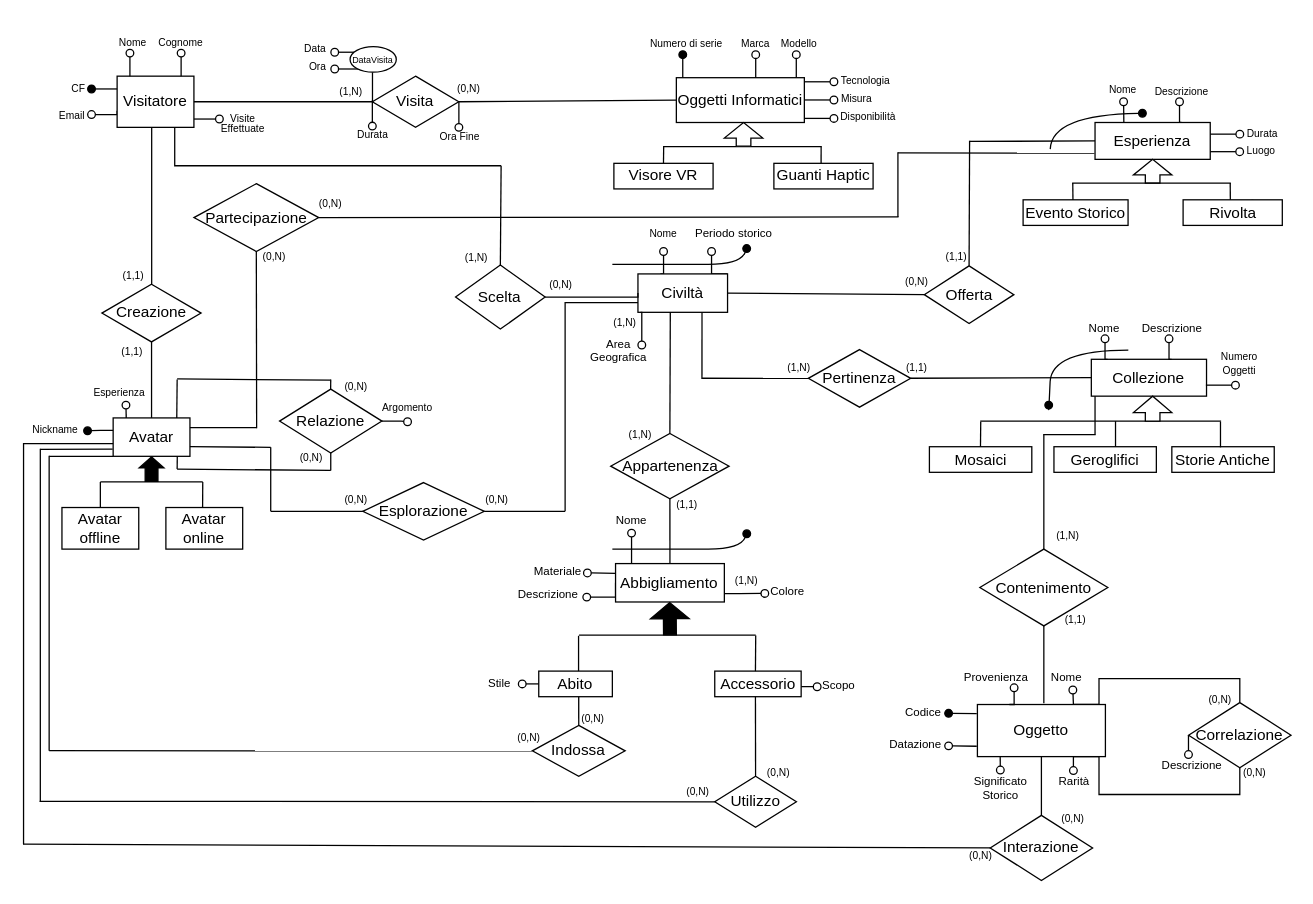
This is ER senza reificazioni.drawio from pnocerino/BasiDiDati, a draw.io file, before an edit. Source tidied: cells renumbered, new cells numbered last; positions are measured from the earlier drawing's top-left corner, leaving out a move shared by most shapes. Both pictures are drawn from the tidied source at 128%, with x=0, y=0 at pixel (22, 22).
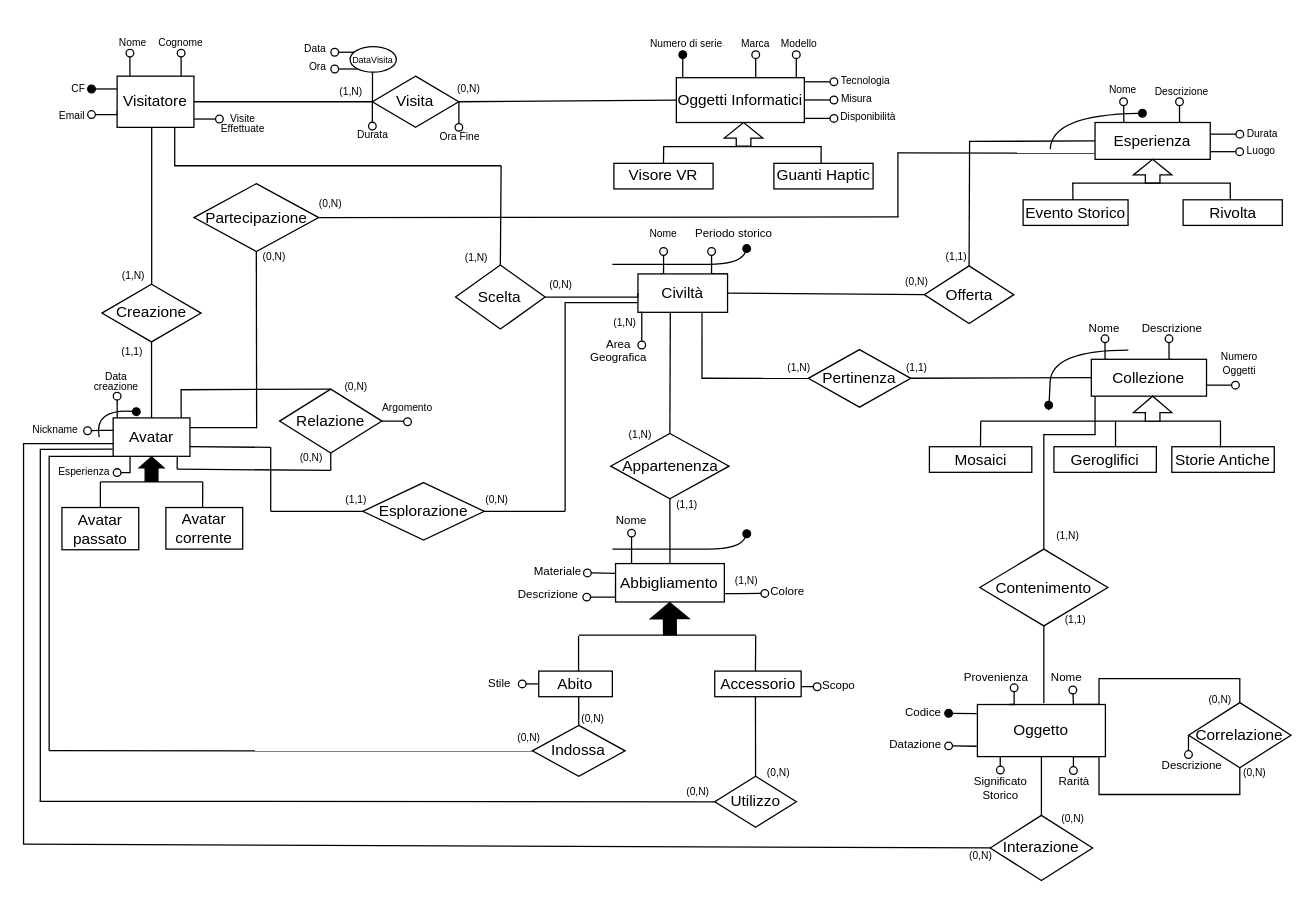
The same page after the edit.

The change refers to these unchanged cells:
```xml
<mxCell id="17" value="Avatar" style="whiteSpace=wrap;html=1;align=center;" parent="1" vertex="1">
  <mxGeometry x="70.9" y="309" width="60" height="30" as="geometry" />
</mxCell>
<mxCell id="25" value="Relazione" style="shape=rhombus;perimeter=rhombusPerimeter;whiteSpace=wrap;html=1;align=center;" parent="1" vertex="1">
  <mxGeometry x="200.9" y="286.5" width="80" height="50" as="geometry" />
</mxCell>
```

Diff of the diagram source:
```diff
@@
     <mxCell id="35" value="&lt;font style=&quot;font-size: 8px;&quot;&gt;Esperienza&lt;/font&gt;" style="text;html=1;align=center;verticalAlign=middle;whiteSpace=wrap;rounded=1;strokeColor=none;" parent="1" vertex="1">
-      <mxGeometry x="55.9" y="276" width="40" height="23" as="geometry" />
+      <mxGeometry x="24" y="338" width="49" height="23" as="geometry" />
     </mxCell>
@@
-    <mxCell id="64" value="&lt;font style=&quot;font-size: 8px;&quot;&gt;(0,N)&lt;/font&gt;" style="text;html=1;align=center;verticalAlign=middle;whiteSpace=wrap;rounded=1;strokeColor=none;glass=0;" parent="1" vertex="1">
+    <mxCell id="64" value="&lt;font style=&quot;font-size: 8px;&quot;&gt;(1,1)&lt;/font&gt;" style="text;html=1;align=center;verticalAlign=middle;whiteSpace=wrap;rounded=1;strokeColor=none;glass=0;" parent="1" vertex="1">
       <mxGeometry x="235.9" y="364" width="50" height="15" as="geometry" />
     </mxCell>
-    <mxCell id="65" value="&lt;font style=&quot;font-size: 8px;&quot;&gt;(1,1)&lt;/font&gt;" style="text;html=1;align=center;verticalAlign=middle;whiteSpace=wrap;rounded=1;strokeColor=none;glass=0;" parent="1" vertex="1">
+    <mxCell id="65" value="&lt;font style=&quot;font-size: 8px;&quot;&gt;(1,N)&lt;/font&gt;" style="text;html=1;align=center;verticalAlign=middle;whiteSpace=wrap;rounded=1;strokeColor=none;glass=0;" parent="1" vertex="1">
       <mxGeometry x="62.1" y="189.6" width="50" height="15" as="geometry" />
     </mxCell>
@@
-    <mxCell id="88" value="Avatar&lt;div&gt;online&lt;/div&gt;" style="whiteSpace=wrap;html=1;align=center;" parent="1" vertex="1">
+    <mxCell id="88" value="Avatar&lt;div&gt;corrente&lt;/div&gt;" style="whiteSpace=wrap;html=1;align=center;" parent="1" vertex="1">
       <mxGeometry x="112.1" y="379" width="60" height="32.5" as="geometry" />
     </mxCell>
-    <mxCell id="89" value="Avatar&lt;div&gt;offline&lt;/div&gt;" style="whiteSpace=wrap;html=1;align=center;" parent="1" vertex="1">
-      <mxGeometry x="30.9" y="379" width="60" height="32.5" as="geometry" />
+    <mxCell id="89" value="Avatar&lt;div&gt;passato&lt;/div&gt;" style="whiteSpace=wrap;html=1;align=center;" parent="1" vertex="1">
+      <mxGeometry x="30.9" y="379" width="60" height="33" as="geometry" />
     </mxCell>
@@
-    <mxCell id="91" style="edgeStyle=orthogonalEdgeStyle;rounded=0;orthogonalLoop=1;jettySize=auto;html=1;exitX=0;exitY=0.25;exitDx=0;exitDy=0;endArrow=oval;endFill=1;" parent="1" edge="1">
+    <mxCell id="91" style="edgeStyle=orthogonalEdgeStyle;rounded=0;orthogonalLoop=1;jettySize=auto;html=1;exitX=0;exitY=0.25;exitDx=0;exitDy=0;endArrow=oval;endFill=0;" parent="1" edge="1">
       <mxGeometry relative="1" as="geometry">
         <mxPoint x="70.9" y="318.8" as="sourcePoint" />
         <mxPoint x="50.9" y="319" as="targetPoint" />
         <Array as="points">
           <mxPoint x="60.9" y="319" />
         </Array>
       </mxGeometry>
     </mxCell>
@@
     <mxCell id="93" style="edgeStyle=orthogonalEdgeStyle;rounded=0;orthogonalLoop=1;jettySize=auto;html=1;exitX=0;exitY=0.5;exitDx=0;exitDy=0;endArrow=oval;endFill=0;" parent="1" edge="1">
       <mxGeometry relative="1" as="geometry">
-        <mxPoint x="81.1" y="306.1" as="sourcePoint" />
-        <mxPoint x="80.9" y="299" as="targetPoint" />
+        <mxPoint x="74.1" y="309" as="sourcePoint" />
+        <mxPoint x="74" y="292" as="targetPoint" />
         <Array as="points">
-          <mxPoint x="81.1" y="309" />
+          <mxPoint x="74.1" y="309" />
         </Array>
       </mxGeometry>
     </mxCell>
@@
-    <mxCell id="96" style="endArrow=none;html=1;rounded=0;" parent="1" edge="1">
-      <mxGeometry relative="1" as="geometry">
-        <mxPoint x="120.6" y="309" as="sourcePoint" />
-        <mxPoint x="120.9" y="279" as="targetPoint" />
-      </mxGeometry>
-    </mxCell>
@@
-    <mxCell id="99" style="endArrow=none;html=1;rounded=0;" parent="1" edge="1">
-      <mxGeometry relative="1" as="geometry">
-        <mxPoint x="120.9" y="278.5" as="sourcePoint" />
-        <mxPoint x="240.9" y="279.5" as="targetPoint" />
-      </mxGeometry>
-    </mxCell>
@@
-    <mxCell id="102" style="endArrow=none;html=1;rounded=0;" parent="1" edge="1">
-      <mxGeometry relative="1" as="geometry">
-        <mxPoint x="240.8" y="287" as="sourcePoint" />
-        <mxPoint x="240.9" y="279" as="targetPoint" />
-      </mxGeometry>
-    </mxCell>
@@
+    <mxCell id="227" style="edgeStyle=orthogonalEdgeStyle;rounded=0;orthogonalLoop=1;jettySize=auto;html=1;exitX=0.053;exitY=1.011;exitDx=0;exitDy=0;endArrow=oval;endFill=0;exitPerimeter=0;" parent="1" edge="1">
+      <mxGeometry relative="1" as="geometry">
+        <mxPoint x="84.1" y="339" as="sourcePoint" />
+        <mxPoint x="74" y="351.7" as="targetPoint" />
+        <Array as="points">
+          <mxPoint x="84" y="351.7" />
+        </Array>
+      </mxGeometry>
+    </mxCell>
+    <mxCell id="228" value="&lt;p style=&quot;line-height: 50%;&quot;&gt;&lt;font style=&quot;font-size: 8px;&quot;&gt;Data creazione&lt;/font&gt;&lt;/p&gt;" style="text;html=1;align=center;verticalAlign=middle;whiteSpace=wrap;rounded=1;strokeColor=none;" parent="1" vertex="1">
+      <mxGeometry x="59" y="271.5" width="29" height="17" as="geometry" />
+    </mxCell>
+    <mxCell id="229" style="curved=1;endArrow=oval;html=1;rounded=0;endFill=1;entryX=0.827;entryY=1.079;entryDx=0;entryDy=0;entryPerimeter=0;" parent="1" edge="1">
+      <mxGeometry relative="1" as="geometry">
+        <mxPoint x="60" y="324" as="sourcePoint" />
+        <mxPoint x="89" y="304.1" as="targetPoint" />
+        <Array as="points">
+          <mxPoint x="55.7" y="302" />
+        </Array>
+      </mxGeometry>
+    </mxCell>
+    <mxCell id="230" style="endArrow=none;html=1;rounded=0;entryX=0.5;entryY=0;entryDx=0;entryDy=0;" parent="1" edge="1" target="25">
+      <mxGeometry relative="1" as="geometry">
+        <mxPoint x="124" y="287" as="sourcePoint" />
+      </mxGeometry>
+    </mxCell>
+    <mxCell id="231" style="endArrow=none;html=1;rounded=0;exitX=0.887;exitY=0.004;exitDx=0;exitDy=0;exitPerimeter=0;" parent="1" edge="1" source="17">
+      <mxGeometry relative="1" as="geometry">
+        <mxPoint x="124" y="286.5" as="targetPoint" />
+        <Array as="points">
+          <mxPoint x="124" y="302" />
+          <mxPoint x="124" y="292" />
+        </Array>
+      </mxGeometry>
+    </mxCell>
```
